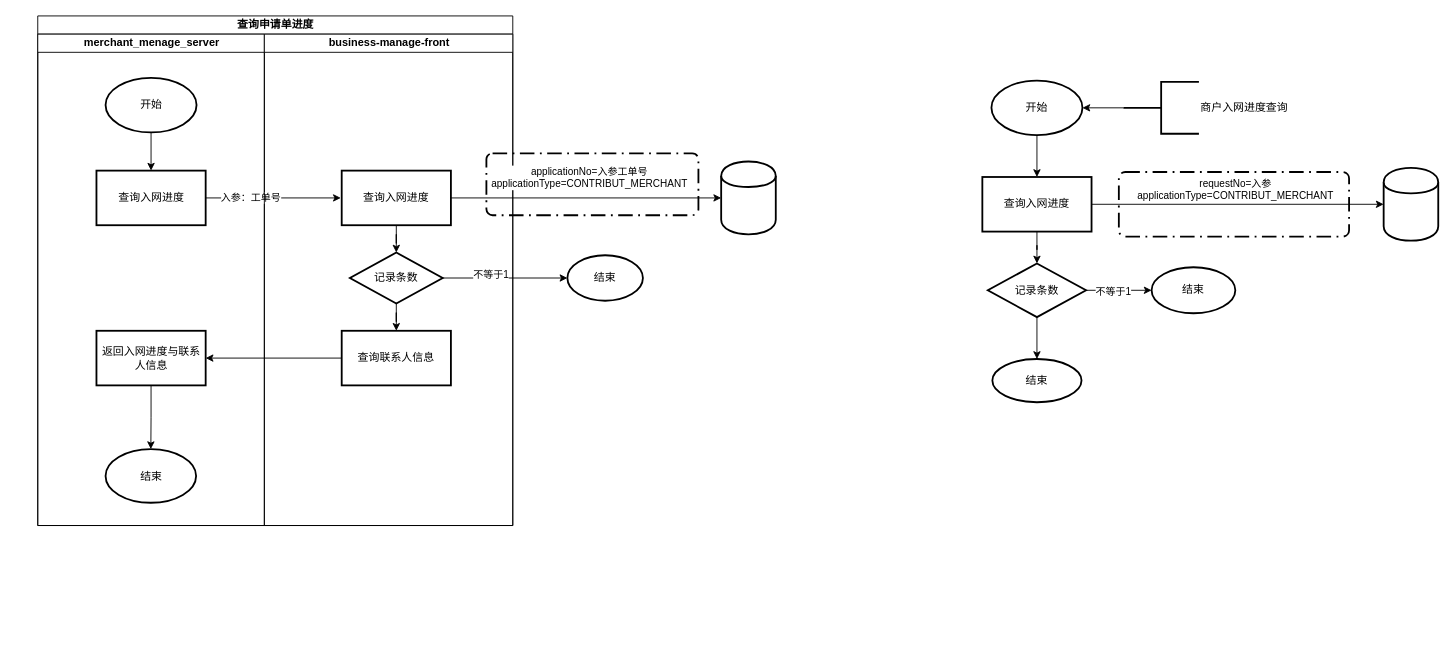
The draw.io diagram page "入网进度查询" (1 of 2) of 未命名绘图.drawio in fengyong7723131/work, before the edit. Source tidied: cells renumbered, new cells numbered last; positions are measured from the earlier drawing's top-left corner, leaving out a move shared by most shapes. Both pictures are drawn from the tidied source at 91%, with x=0, y=0 at pixel (37, 15).
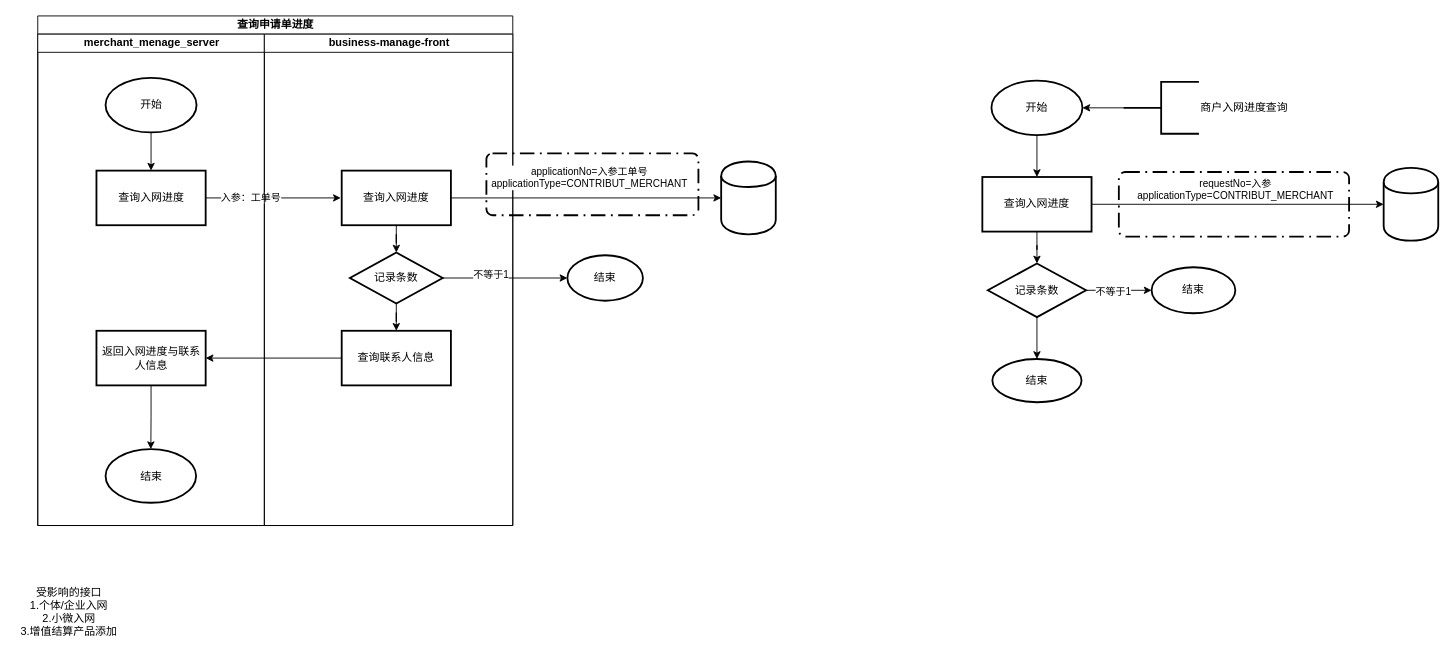
After the change.

Commit message:
更新未命名绘图.drawio

What changed in the source:
```diff
@@
+    <mxCell id="42" value="受影响的接口&lt;br&gt;1.个体/企业入网&lt;br&gt;2.小微入网&lt;br&gt;3.增值结算产品添加&lt;br&gt;" style="text;html=1;align=center;verticalAlign=middle;" parent="1" vertex="1">
+      <mxGeometry x="-24" y="625" width="116" height="60" as="geometry" />
+    </mxCell>
```
